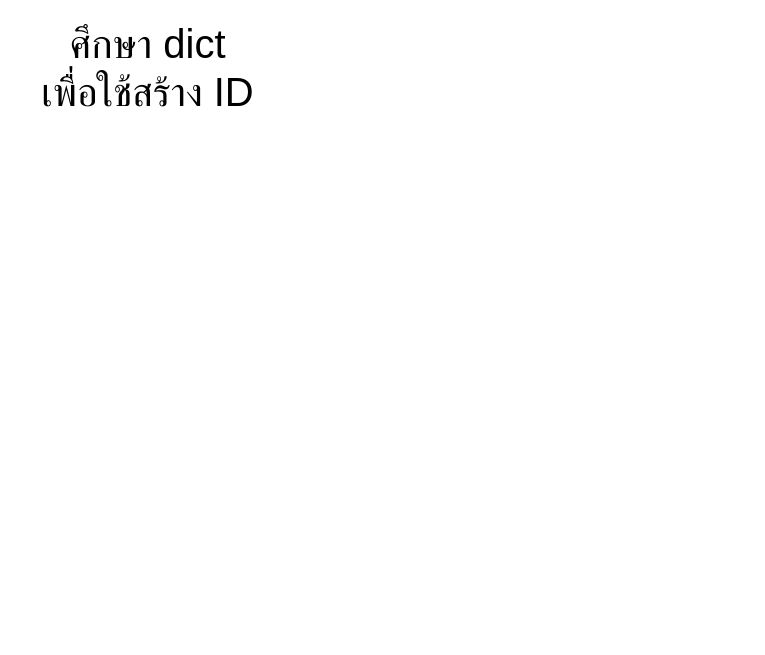
The draw.io diagram page "function ID" (6 of 8) of prototype.drawio in Putthima/PSIT_Project_2020, before the edit. Source tidied: cells renumbered, new cells numbered last; positions are measured from the earlier drawing's top-left corner, leaving out a move shared by most shapes. Both pictures are drawn from the tidied source at 100%, with x=0, y=0 at pixel (17, 17).
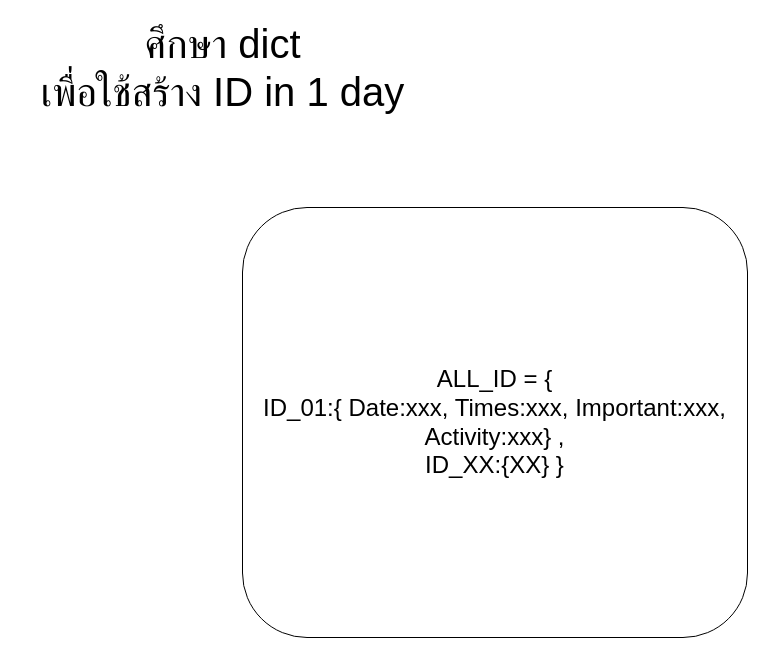
The same diagram, later.

The edit, as a diff of the source:
```diff
@@
 <mxGraphModel>
   <root>
     <mxCell id="0" />
     <mxCell id="1" parent="0" />
-    <mxCell id="2" value="ศึกษา dict&lt;br&gt;เพื่อใช้สร้าง ID" style="text;html=1;align=center;verticalAlign=middle;fontSize=40;fontColor=#000000;" parent="1" vertex="1">
-      <mxGeometry width="260" height="100" as="geometry" />
+    <mxCell id="2" value="ศึกษา dict&lt;br&gt;เพื่อใช้สร้าง ID in 1 day" style="text;html=1;align=center;verticalAlign=middle;fontSize=40;fontColor=#000000;" parent="1" vertex="1">
+      <mxGeometry width="410" height="100" as="geometry" />
     </mxCell>
+    <mxCell id="3" value="&lt;div&gt;&lt;font style=&quot;font-size: 24px&quot;&gt;ALL_ID = { &lt;br&gt;&lt;/font&gt;&lt;/div&gt;&lt;div&gt;&lt;font style=&quot;font-size: 24px&quot;&gt;ID_01:{ Date:xxx, Times:xxx, Important:xxx, Activity:xxx} , &lt;br&gt;&lt;/font&gt;&lt;/div&gt;&lt;div&gt;&lt;font style=&quot;font-size: 24px&quot;&gt;ID_XX:{XX} }&lt;/font&gt;&lt;/div&gt;" style="rounded=1;whiteSpace=wrap;html=1;" parent="1" vertex="1">
+      <mxGeometry x="225" y="190" width="505" height="430" as="geometry" />
+    </mxCell>
   </root>
 </mxGraphModel>
```
